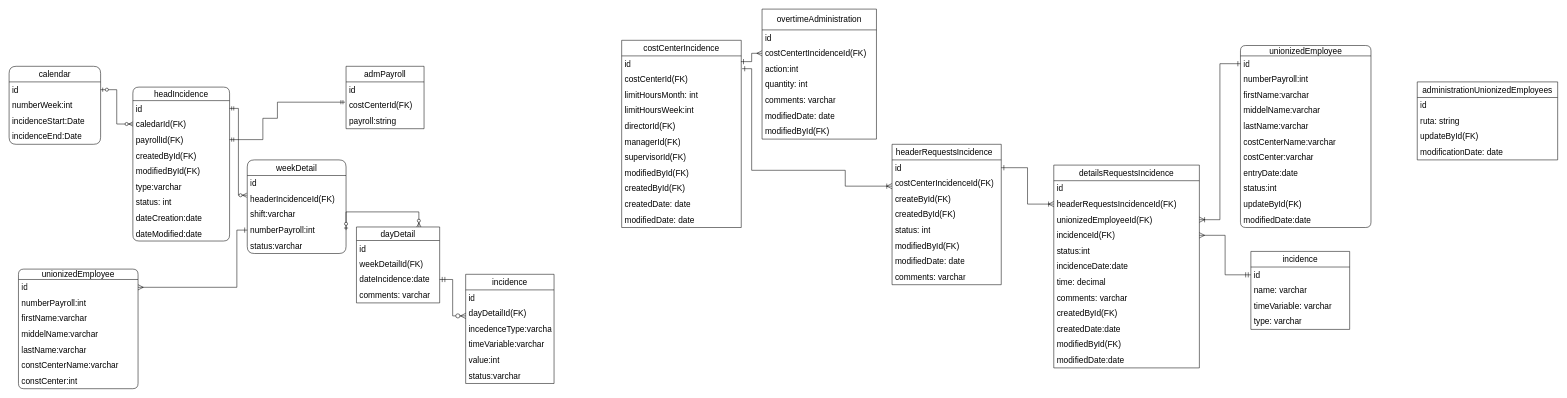
Earlier version of the draw.io diagram page "Page-RelationalDiagram" (1 of 2) of Untitled Diagram.drawio (SocorroGC30/prueba3). Source tidied: cells renumbered, new cells numbered last; positions are measured from the earlier drawing's top-left corner, leaving out a move shared by most shapes. Both pictures are drawn from the tidied source at 52%, with x=0, y=0 at pixel (9, 9).
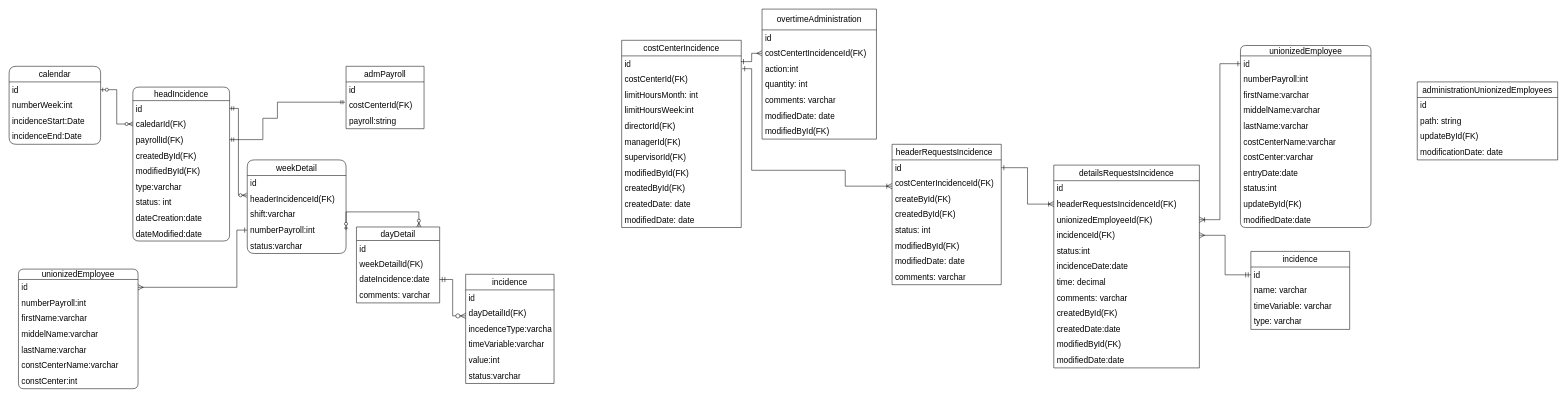
After the change.

Unchanged cells that the change refers to:
```xml
<mxCell id="117" value="administrationUnionizedEmployees" style="swimlane;fontStyle=0;horizontal=1;startSize=30;whiteSpace=wrap;html=1;fontSize=16;" parent="1" vertex="1">
  <mxGeometry x="2708" y="140" width="270" height="150" as="geometry" />
</mxCell>
```

The edit, as a diff of the source:
```diff
@@
-    <mxCell id="119" value="ruta: string&amp;nbsp;" style="text;strokeColor=none;fillColor=none;align=left;verticalAlign=middle;spacingLeft=4;spacingRight=4;overflow=hidden;whiteSpace=wrap;html=1;fontSize=16;" parent="117" vertex="1">
+    <mxCell id="119" value="path: string&amp;nbsp;" style="text;strokeColor=none;fillColor=none;align=left;verticalAlign=middle;spacingLeft=4;spacingRight=4;overflow=hidden;whiteSpace=wrap;html=1;fontSize=16;" parent="117" vertex="1">
       <mxGeometry y="60" width="270" height="30" as="geometry" />
     </mxCell>
```
